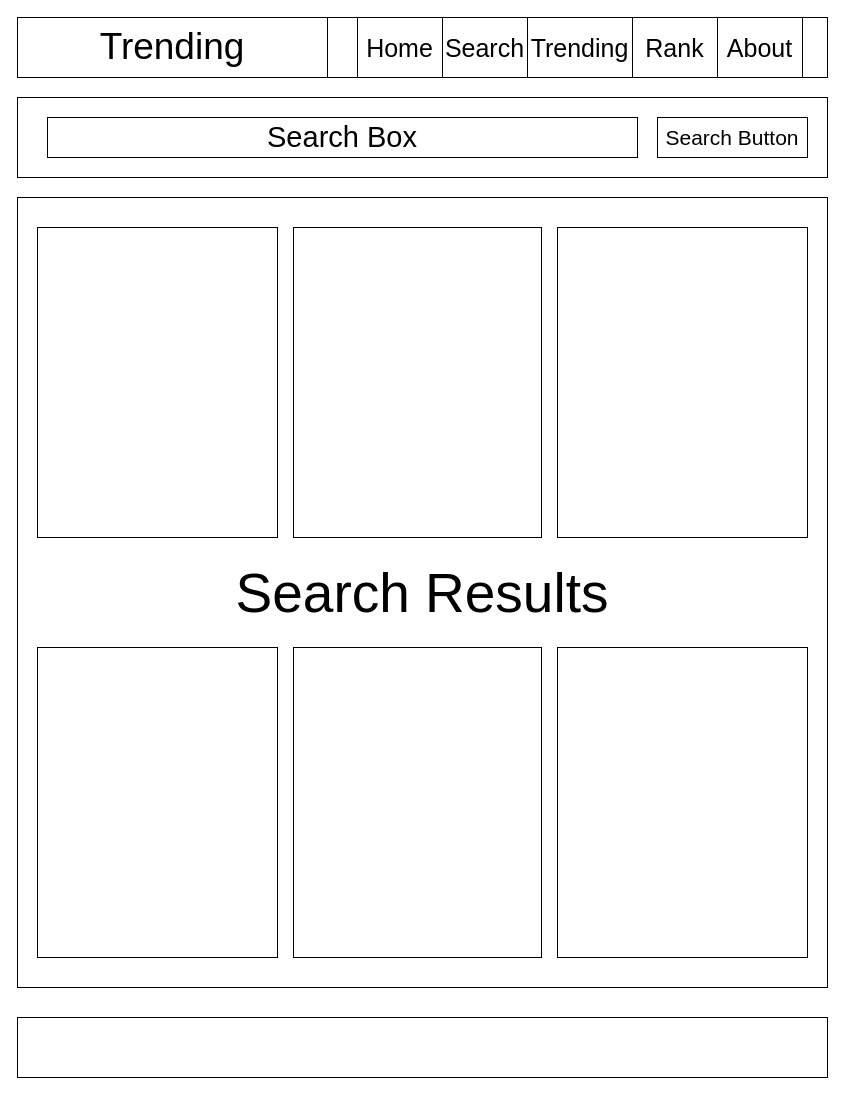
Above: page "Page-3" (3 of 3) of Project One Layout.drawio in HyeongUW/First_Project (draw.io), before the change. Source tidied: cells renumbered, new cells numbered last; positions are measured from the earlier drawing's top-left corner, leaving out a move shared by most shapes. Both pictures are drawn from the tidied source at 100%, with x=0, y=0 at pixel (17, 17).
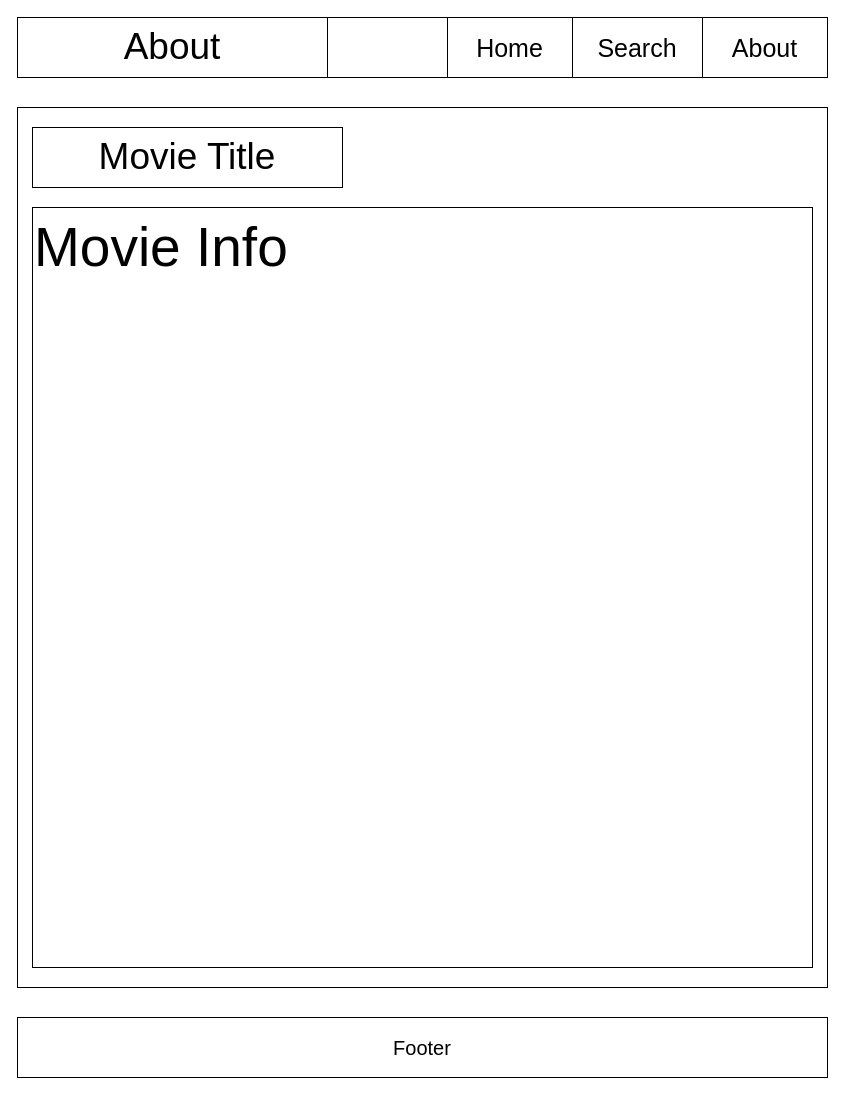
Above is the later version.

What changed in the source:
```diff
@@
 <mxGraphModel>
   <root>
     <mxCell id="0" />
     <mxCell id="1" parent="0" />
     <mxCell id="2" style="rounded=0;whiteSpace=wrap;html=1;" parent="1" vertex="1">
       <mxGeometry width="810" height="60" as="geometry" />
     </mxCell>
-    <mxCell id="3" style="rounded=0;whiteSpace=wrap;html=1;align=center;" parent="1" vertex="1">
-      <mxGeometry y="80" width="810" height="80" as="geometry" />
-    </mxCell>
-    <mxCell id="4" value="&lt;font style=&quot;font-size: 29px&quot;&gt;Search Box&lt;/font&gt;" style="rounded=0;whiteSpace=wrap;html=1;" parent="1" vertex="1">
-      <mxGeometry x="30" y="100" width="590" height="40" as="geometry" />
-    </mxCell>
-    <mxCell id="5" value="&lt;font style=&quot;font-size: 55px&quot;&gt;Search Results&lt;/font&gt;" style="rounded=0;whiteSpace=wrap;html=1;" parent="1" vertex="1">
-      <mxGeometry y="180" width="810" height="790" as="geometry" />
+    <mxCell id="5" value="&lt;font style=&quot;font-size: 55px&quot;&gt;&amp;nbsp;&lt;/font&gt;" style="rounded=0;whiteSpace=wrap;html=1;verticalAlign=top;align=left;" parent="1" vertex="1">
+      <mxGeometry y="90" width="810" height="880" as="geometry" />
     </mxCell>
     <mxCell id="6" value="&lt;font style=&quot;font-size: 25px&quot;&gt;About&lt;/font&gt;" style="rounded=0;whiteSpace=wrap;html=1;" parent="1" vertex="1">
-      <mxGeometry x="700" width="85" height="60" as="geometry" />
+      <mxGeometry x="685" width="125" height="60" as="geometry" />
     </mxCell>
-    <mxCell id="7" value="&lt;font style=&quot;font-size: 25px&quot;&gt;Rank&lt;/font&gt;" style="rounded=0;whiteSpace=wrap;html=1;" parent="1" vertex="1">
-      <mxGeometry x="615" width="85" height="60" as="geometry" />
-    </mxCell>
-    <mxCell id="8" value="&lt;font style=&quot;font-size: 25px&quot;&gt;Trending&lt;br&gt;&lt;/font&gt;" style="rounded=0;whiteSpace=wrap;html=1;" parent="1" vertex="1">
-      <mxGeometry x="510" width="105" height="60" as="geometry" />
-    </mxCell>
     <mxCell id="9" value="&lt;font style=&quot;font-size: 25px&quot;&gt;Search&lt;br&gt;&lt;/font&gt;" style="rounded=0;whiteSpace=wrap;html=1;" parent="1" vertex="1">
-      <mxGeometry x="425" width="85" height="60" as="geometry" />
+      <mxGeometry x="555" width="130" height="60" as="geometry" />
     </mxCell>
-    <mxCell id="10" value="&lt;font style=&quot;font-size: 37px&quot;&gt;Trending&lt;/font&gt;" style="rounded=0;whiteSpace=wrap;html=1;" parent="1" vertex="1">
+    <mxCell id="10" value="&lt;font style=&quot;font-size: 37px&quot;&gt;About&lt;/font&gt;" style="rounded=0;whiteSpace=wrap;html=1;" parent="1" vertex="1">
       <mxGeometry width="310" height="60" as="geometry" />
     </mxCell>
-    <mxCell id="11" value="&lt;font style=&quot;font-size: 21px&quot;&gt;Search Button&lt;/font&gt;" style="rounded=0;whiteSpace=wrap;html=1;" parent="1" vertex="1">
-      <mxGeometry x="640" y="100" width="150" height="40" as="geometry" />
-    </mxCell>
-    <mxCell id="12" style="rounded=0;whiteSpace=wrap;html=1;" parent="1" vertex="1">
+    <mxCell id="12" value="&lt;font style=&quot;font-size: 20px&quot;&gt;Footer&lt;/font&gt;" style="rounded=0;whiteSpace=wrap;html=1;" parent="1" vertex="1">
       <mxGeometry y="1000" width="810" height="60" as="geometry" />
     </mxCell>
     <mxCell id="13" value="&lt;font style=&quot;font-size: 25px&quot;&gt;Home&lt;br&gt;&lt;/font&gt;" style="rounded=0;whiteSpace=wrap;html=1;" parent="1" vertex="1">
-      <mxGeometry x="340" width="85" height="60" as="geometry" />
+      <mxGeometry x="430" width="125" height="60" as="geometry" />
     </mxCell>
-    <mxCell id="14" style="rounded=0;whiteSpace=wrap;html=1;" parent="1" vertex="1">
-      <mxGeometry x="20" y="210" width="240" height="310" as="geometry" />
-    </mxCell>
-    <mxCell id="15" style="rounded=0;whiteSpace=wrap;html=1;" parent="1" vertex="1">
-      <mxGeometry x="276" y="210" width="248" height="310" as="geometry" />
-    </mxCell>
-    <mxCell id="16" style="rounded=0;whiteSpace=wrap;html=1;" parent="1" vertex="1">
-      <mxGeometry x="540" y="210" width="250" height="310" as="geometry" />
-    </mxCell>
-    <mxCell id="17" style="rounded=0;whiteSpace=wrap;html=1;" parent="1" vertex="1">
-      <mxGeometry x="20" y="630" width="240" height="310" as="geometry" />
-    </mxCell>
-    <mxCell id="18" style="rounded=0;whiteSpace=wrap;html=1;" parent="1" vertex="1">
-      <mxGeometry x="276" y="630" width="248" height="310" as="geometry" />
-    </mxCell>
-    <mxCell id="19" style="rounded=0;whiteSpace=wrap;html=1;" parent="1" vertex="1">
-      <mxGeometry x="540" y="630" width="250" height="310" as="geometry" />
-    </mxCell>
+    <mxCell id="20" value="&lt;font style=&quot;font-size: 37px&quot;&gt;Movie Title&lt;/font&gt;" style="rounded=0;whiteSpace=wrap;html=1;" parent="1" vertex="1">
+      <mxGeometry x="15" y="110" width="310" height="60" as="geometry" />
+    </mxCell>
+    <mxCell id="21" value="&lt;font style=&quot;font-size: 55px&quot;&gt;Movie Info&lt;/font&gt;" style="rounded=0;whiteSpace=wrap;html=1;verticalAlign=top;align=left;" parent="1" vertex="1">
+      <mxGeometry x="15" y="190" width="780" height="760" as="geometry" />
+    </mxCell>
   </root>
 </mxGraphModel>
```
